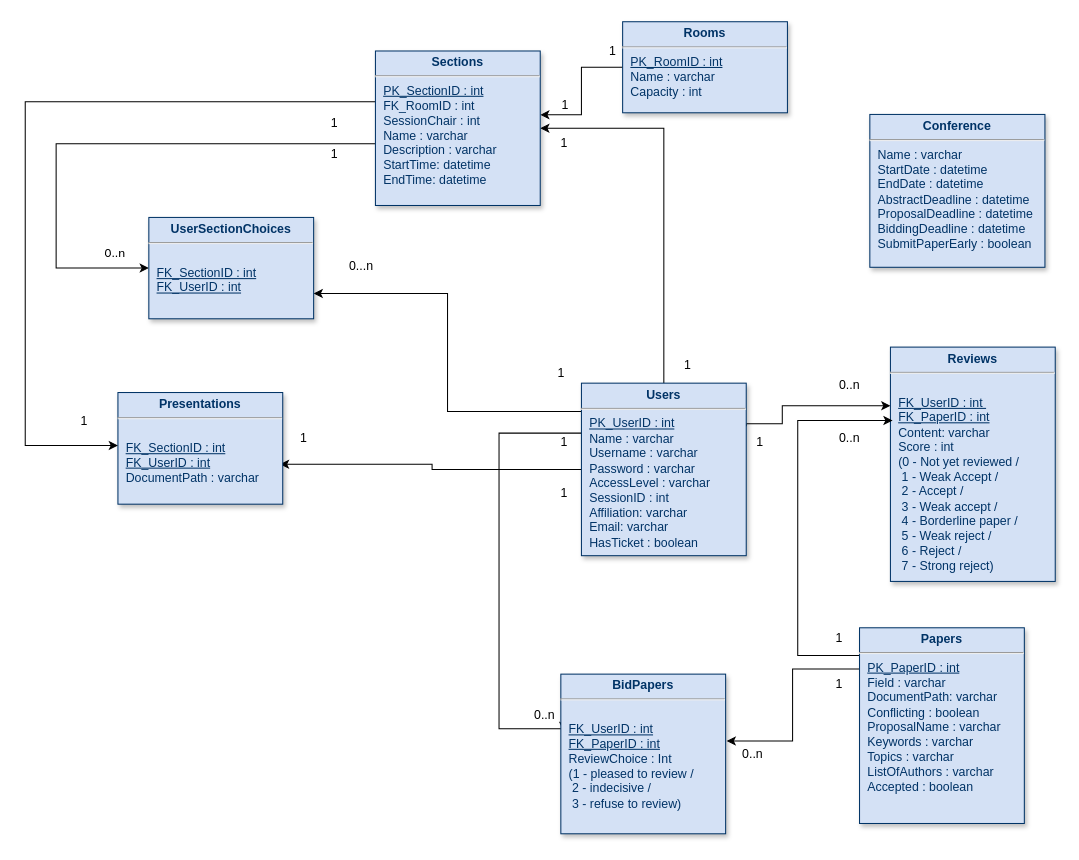
The draw.io diagram documents/drawio-files/Database Diagram.drawio in horatiu-udrea/RuntimeTerror, before the edit. Source tidied: cells renumbered, new cells numbered last; positions are measured from the earlier drawing's top-left corner, leaving out a move shared by most shapes. Both pictures are drawn from the tidied source at 103%, with x=0, y=0 at pixel (25, 22).
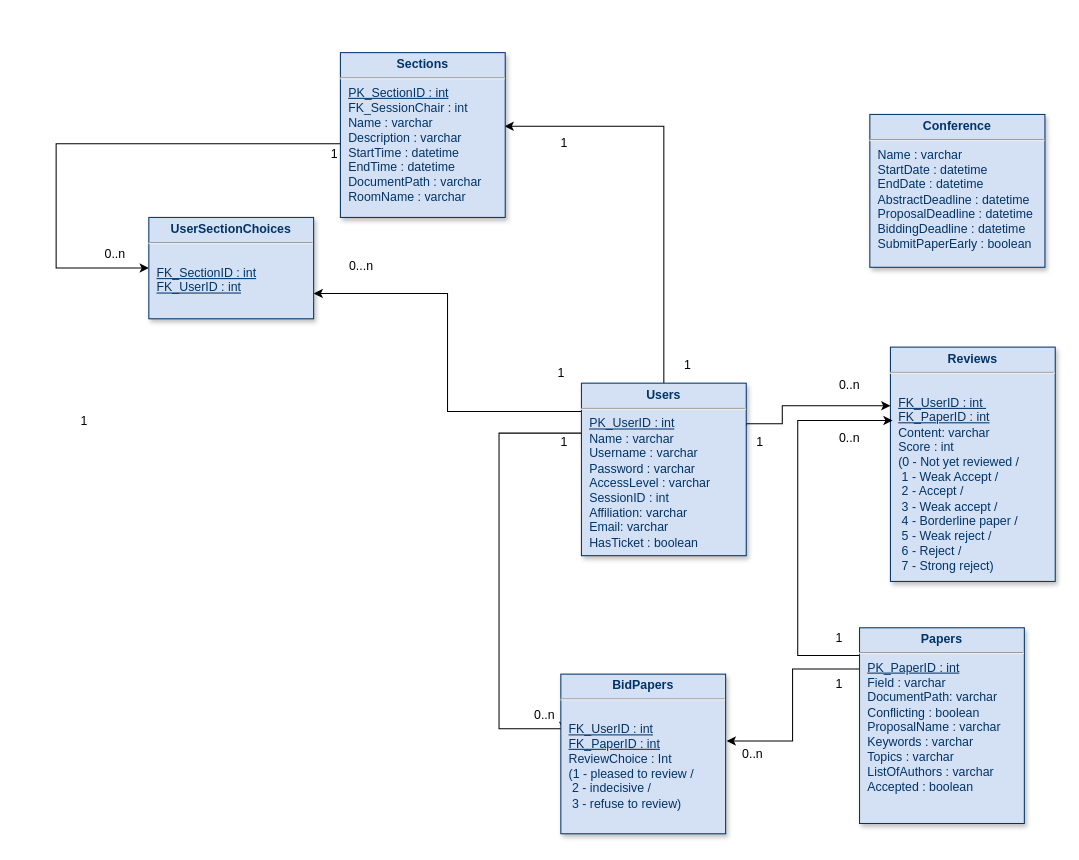
Above is the later version.

The change refers to these unchanged cells:
```xml
<mxCell id="11" value="&lt;p style=&quot;margin: 4px 0px 0px ; text-align: center&quot;&gt;&lt;strong&gt;Users&lt;/strong&gt;&lt;/p&gt;&lt;hr&gt;&lt;p style=&quot;margin: 0px ; margin-left: 8px&quot;&gt;&lt;u&gt;PK_UserID : int&lt;/u&gt;&lt;/p&gt;&lt;p style=&quot;margin: 0px ; margin-left: 8px&quot;&gt;Name : varchar&lt;/p&gt;&lt;p style=&quot;margin: 0px ; margin-left: 8px&quot;&gt;Username : varchar&lt;/p&gt;&lt;p style=&quot;margin: 0px ; margin-left: 8px&quot;&gt;Password : varchar&lt;/p&gt;&lt;p style=&quot;margin: 0px ; margin-left: 8px&quot;&gt;AccessLevel : varchar&lt;/p&gt;&lt;p style=&quot;margin: 0px ; margin-left: 8px&quot;&gt;SessionID : int&lt;/p&gt;&lt;p style=&quot;margin: 0px ; margin-left: 8px&quot;&gt;Affiliation: varchar&lt;/p&gt;&lt;p style=&quot;margin: 0px ; margin-left: 8px&quot;&gt;Email: varchar&lt;/p&gt;&lt;p style=&quot;margin: 0px ; margin-left: 8px&quot;&gt;HasTicket : boolean&lt;/p&gt;&lt;p style=&quot;margin: 0px ; margin-left: 8px&quot;&gt;&lt;br&gt;&lt;/p&gt;&lt;p style=&quot;margin: 0px ; margin-left: 8px&quot;&gt;&lt;br&gt;&lt;/p&gt;" style="verticalAlign=top;align=left;overflow=fill;fontSize=12;fontFamily=Helvetica;html=1;strokeColor=#003366;shadow=1;fillColor=#D4E1F5;fontColor=#003366;" parent="1" vertex="1">
  <mxGeometry x="540" y="350.5" width="160" height="167.5" as="geometry" />
</mxCell>
```

Change to the diagram source:
```diff
@@
-    <mxCell id="2" style="edgeStyle=orthogonalEdgeStyle;rounded=0;jettySize=auto;html=1;exitX=0;exitY=0.5;exitDx=0;exitDy=0;" parent="1" edge="1" source="4" target="17">
-      <mxGeometry relative="1" as="geometry">
-        <Array as="points">
-          <mxPoint x="540" y="44" />
-          <mxPoint x="540" y="90" />
-        </Array>
-      </mxGeometry>
-    </mxCell>
-    <mxCell id="3" value="1" style="text;html=1;align=center;verticalAlign=middle;labelBackgroundColor=#ffffff;" parent="2" vertex="1">
-      <mxGeometry x="0.84" y="12" relative="1" as="geometry">
-        <mxPoint x="13.5" y="-22" as="offset" />
-      </mxGeometry>
-    </mxCell>
-    <mxCell id="4" value="&lt;p style=&quot;margin: 4px 0px 0px ; text-align: center&quot;&gt;&lt;strong&gt;Rooms&lt;/strong&gt;&lt;strong&gt;&lt;u&gt;&lt;/u&gt;&lt;br&gt;&lt;/strong&gt;&lt;/p&gt;&lt;hr&gt;&lt;p style=&quot;margin: 0px ; margin-left: 8px&quot;&gt;&lt;u&gt;PK_RoomID : int&lt;/u&gt;&lt;br&gt;Name : varchar&lt;/p&gt;&lt;p style=&quot;margin: 0px ; margin-left: 8px&quot;&gt;Capacity : int&lt;br&gt;&lt;/p&gt;" style="verticalAlign=top;align=left;overflow=fill;fontSize=12;fontFamily=Helvetica;html=1;strokeColor=#003366;shadow=1;fillColor=#D4E1F5;fontColor=#003366;" parent="1" vertex="1">
-      <mxGeometry x="580" y="-0.4" width="160" height="88.4" as="geometry" />
-    </mxCell>
@@
-    <mxCell id="8" style="edgeStyle=orthogonalEdgeStyle;rounded=0;jettySize=auto;html=1;entryX=1;entryY=0.5;entryDx=0;entryDy=0;" parent="1" edge="1" source="11" target="17">
+    <mxCell id="8" style="edgeStyle=orthogonalEdgeStyle;rounded=0;jettySize=auto;html=1;entryX=0.996;entryY=0.447;entryDx=0;entryDy=0;entryPerimeter=0;" parent="1" edge="1" source="11" target="17">
       <mxGeometry relative="1" as="geometry">
         <Array as="points">
-          <mxPoint x="620" y="103" />
+          <mxPoint x="620" y="101" />
         </Array>
       </mxGeometry>
     </mxCell>
@@
-    <mxCell id="10" style="edgeStyle=orthogonalEdgeStyle;rounded=0;jettySize=auto;html=1;entryX=0.983;entryY=0.642;entryDx=0;entryDy=0;entryPerimeter=0;" parent="1" edge="1" source="11" target="12">
-      <mxGeometry relative="1" as="geometry" />
-    </mxCell>
@@
-    <mxCell id="12" value="&lt;p style=&quot;margin: 4px 0px 0px ; text-align: center&quot;&gt;&lt;strong&gt;Presentations&lt;/strong&gt;&lt;strong&gt;&lt;u&gt;&lt;/u&gt;&lt;br&gt;&lt;/strong&gt;&lt;/p&gt;&lt;hr&gt;&lt;p style=&quot;margin: 0px ; margin-left: 8px&quot;&gt;&lt;u&gt;&lt;/u&gt;&lt;br&gt;&lt;/p&gt;&lt;p style=&quot;margin: 0px ; margin-left: 8px&quot;&gt;&lt;u&gt;FK_SectionID : int&lt;/u&gt;&lt;/p&gt;&lt;p style=&quot;margin: 0px ; margin-left: 8px&quot;&gt;&lt;u&gt;FK_UserID : int&lt;/u&gt;&lt;/p&gt;&lt;p style=&quot;margin: 0px ; margin-left: 8px&quot;&gt;DocumentPath : varchar&lt;/p&gt;&lt;p style=&quot;margin: 0px ; margin-left: 8px&quot;&gt;&lt;br&gt;&lt;/p&gt;" style="verticalAlign=top;align=left;overflow=fill;fontSize=12;fontFamily=Helvetica;html=1;strokeColor=#003366;shadow=1;fillColor=#D4E1F5;fontColor=#003366;" parent="1" vertex="1">
-      <mxGeometry x="90" y="359.6" width="160" height="108.4" as="geometry" />
-    </mxCell>
@@
-    <mxCell id="15" style="edgeStyle=orthogonalEdgeStyle;rounded=0;jettySize=auto;html=1;exitX=0.019;exitY=0.328;exitDx=0;exitDy=0;exitPerimeter=0;" parent="1" edge="1" source="17">
-      <mxGeometry relative="1" as="geometry">
-        <mxPoint x="90" y="411" as="targetPoint" />
-        <Array as="points">
-          <mxPoint y="77" />
-          <mxPoint y="411" />
-        </Array>
-      </mxGeometry>
-    </mxCell>
@@
-    <mxCell id="17" value="&lt;p style=&quot;margin: 4px 0px 0px ; text-align: center&quot;&gt;&lt;strong&gt;Sections&lt;/strong&gt;&lt;strong&gt;&lt;u&gt;&lt;/u&gt;&lt;br&gt;&lt;/strong&gt;&lt;/p&gt;&lt;hr&gt;&lt;p style=&quot;margin: 0px ; margin-left: 8px&quot;&gt;&lt;u&gt;PK_SectionID : int&lt;/u&gt;&lt;/p&gt;&lt;p style=&quot;margin: 0px ; margin-left: 8px&quot;&gt;FK_RoomID : int&lt;/p&gt;&lt;p style=&quot;margin: 0px ; margin-left: 8px&quot;&gt;SessionChair : int&lt;/p&gt;&lt;p style=&quot;margin: 0px ; margin-left: 8px&quot;&gt;Name : varchar&lt;/p&gt;&lt;p style=&quot;margin: 0px ; margin-left: 8px&quot;&gt;Description : varchar&lt;/p&gt;&lt;p style=&quot;margin: 0px ; margin-left: 8px&quot;&gt;StartTime: datetime&lt;/p&gt;&lt;p style=&quot;margin: 0px ; margin-left: 8px&quot;&gt;EndTime: datetime&lt;/p&gt;&lt;p style=&quot;margin: 0px ; margin-left: 8px&quot;&gt;&lt;br&gt;&lt;/p&gt;&lt;p style=&quot;margin: 0px ; margin-left: 8px&quot;&gt;&lt;br&gt;&lt;/p&gt;&lt;p style=&quot;margin: 0px ; margin-left: 8px&quot;&gt;&lt;br&gt;&lt;/p&gt;" style="verticalAlign=top;align=left;overflow=fill;fontSize=12;fontFamily=Helvetica;html=1;strokeColor=#003366;shadow=1;fillColor=#D4E1F5;fontColor=#003366;" parent="1" vertex="1">
-      <mxGeometry x="340" y="28" width="160" height="150" as="geometry" />
+    <mxCell id="17" value="&lt;p style=&quot;margin: 4px 0px 0px ; text-align: center&quot;&gt;&lt;strong&gt;Sections&lt;/strong&gt;&lt;strong&gt;&lt;u&gt;&lt;/u&gt;&lt;br&gt;&lt;/strong&gt;&lt;/p&gt;&lt;hr&gt;&lt;p style=&quot;margin: 0px ; margin-left: 8px&quot;&gt;&lt;u&gt;PK_SectionID : int&lt;/u&gt;&lt;br&gt;&lt;/p&gt;&lt;p style=&quot;margin: 0px ; margin-left: 8px&quot;&gt;FK_SessionChair : int&lt;/p&gt;&lt;p style=&quot;margin: 0px ; margin-left: 8px&quot;&gt;Name : varchar&lt;/p&gt;&lt;p style=&quot;margin: 0px ; margin-left: 8px&quot;&gt;Description : varchar&lt;/p&gt;&lt;p style=&quot;margin: 0px ; margin-left: 8px&quot;&gt;StartTime : datetime&lt;/p&gt;&lt;p style=&quot;margin: 0px ; margin-left: 8px&quot;&gt;EndTime : datetime&lt;/p&gt;&lt;p style=&quot;margin: 0px ; margin-left: 8px&quot;&gt;DocumentPath : varchar&lt;/p&gt;&lt;p style=&quot;margin: 0px ; margin-left: 8px&quot;&gt;RoomName : varchar&lt;/p&gt;&lt;p style=&quot;margin: 0px ; margin-left: 8px&quot;&gt;&lt;br&gt;&lt;/p&gt;&lt;p style=&quot;margin: 0px ; margin-left: 8px&quot;&gt;&lt;br&gt;&lt;/p&gt;&lt;p style=&quot;margin: 0px ; margin-left: 8px&quot;&gt;&lt;br&gt;&lt;/p&gt;" style="verticalAlign=top;align=left;overflow=fill;fontSize=12;fontFamily=Helvetica;html=1;strokeColor=#003366;shadow=1;fillColor=#D4E1F5;fontColor=#003366;" parent="1" vertex="1">
+      <mxGeometry x="306" y="29.6" width="160" height="160" as="geometry" />
     </mxCell>
@@
-    <mxCell id="22" value="1&lt;br&gt;" style="text;html=1;align=center;verticalAlign=middle;" parent="1" vertex="1">
-      <mxGeometry x="560" y="18" width="20" height="20" as="geometry" />
-    </mxCell>
@@
-    <mxCell id="28" value="1" style="text;html=1;align=center;verticalAlign=middle;" parent="1" vertex="1">
-      <mxGeometry x="290" y="88" width="20" height="20" as="geometry" />
-    </mxCell>
@@
-    <mxCell id="38" value="1&lt;br&gt;" style="text;html=1;align=center;verticalAlign=middle;" parent="1" vertex="1">
-      <mxGeometry x="513" y="448" width="20" height="20" as="geometry" />
-    </mxCell>
-    <mxCell id="39" value="1" style="text;html=1;align=center;verticalAlign=middle;" parent="1" vertex="1">
-      <mxGeometry x="260" y="394.2" width="20" height="20" as="geometry" />
-    </mxCell>
```
